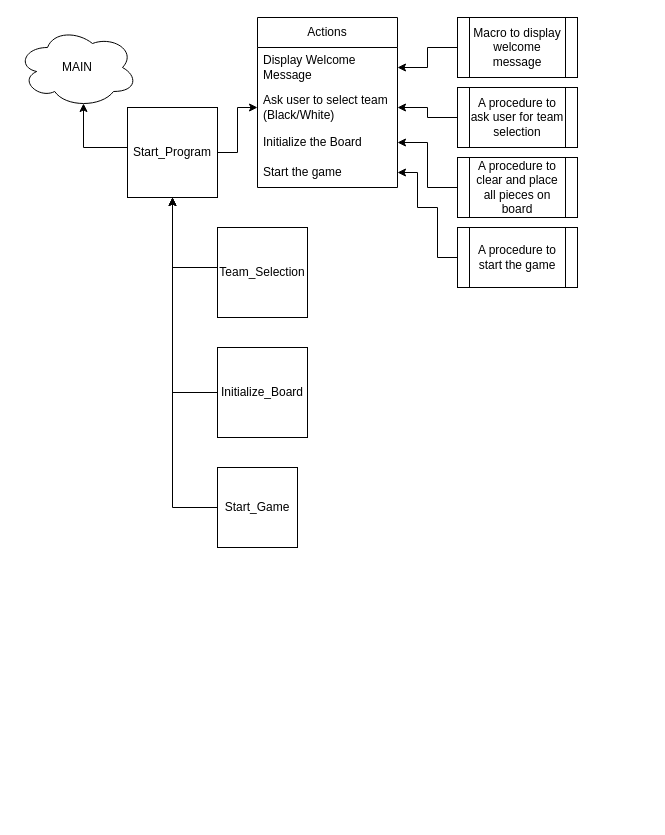
TalhaProgrammer92/Assembly-8086 keeps this draw.io diagram as chess/Flow-Diagram.drawio. Above is the earlier version. Source tidied: cells renumbered, new cells numbered last; positions are measured from the earlier drawing's top-left corner, leaving out a move shared by most shapes. Both pictures are drawn from the tidied source at 100%, with x=0, y=0 at pixel (17, 17).
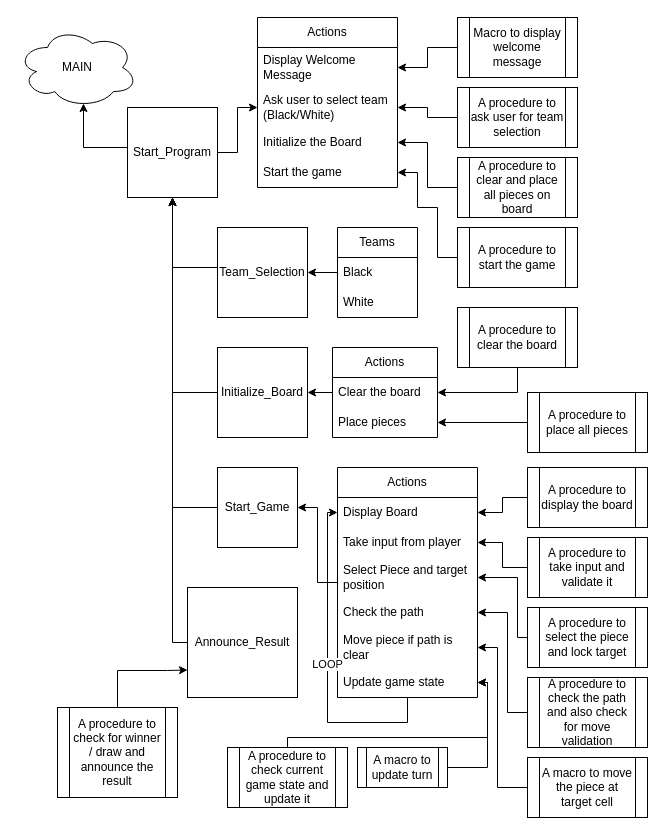
The same page after the edit.

The change refers to these unchanged cells:
```xml
<mxCell id="4" value="Start_Program" style="whiteSpace=wrap;html=1;" parent="1" vertex="1">
  <mxGeometry x="110" y="90" width="90" height="90" as="geometry" />
</mxCell>
<mxCell id="20" value="Team_Selection" style="whiteSpace=wrap;html=1;" parent="1" vertex="1">
  <mxGeometry x="200" y="210" width="90" height="90" as="geometry" />
</mxCell>
<mxCell id="22" value="Initialize_Board" style="whiteSpace=wrap;html=1;" parent="1" vertex="1">
  <mxGeometry x="200" y="330" width="90" height="90" as="geometry" />
</mxCell>
<mxCell id="24" value="Start_Game" style="whiteSpace=wrap;html=1;" parent="1" vertex="1">
  <mxGeometry x="200" y="450" width="80" height="80" as="geometry" />
</mxCell>
```

The edit, as a diff of the source:
```diff
@@
+    <mxCell id="25" style="edgeStyle=orthogonalEdgeStyle;rounded=0;jettySize=auto;html=1;entryX=1;entryY=0.5;entryDx=0;entryDy=0;" parent="1" edge="1" source="26" target="20">
+      <mxGeometry relative="1" as="geometry" />
+    </mxCell>
+    <mxCell id="26" value="Teams" style="swimlane;fontStyle=0;horizontal=1;startSize=30;whiteSpace=wrap;html=1;" parent="1" vertex="1">
+      <mxGeometry x="320" y="210" width="80" height="90" as="geometry" />
+    </mxCell>
+    <mxCell id="27" value="Black" style="text;strokeColor=none;fillColor=none;align=left;verticalAlign=middle;spacingLeft=4;spacingRight=4;overflow=hidden;whiteSpace=wrap;html=1;" parent="26" vertex="1">
+      <mxGeometry y="30" width="80" height="30" as="geometry" />
+    </mxCell>
+    <mxCell id="28" value="White" style="text;strokeColor=none;fillColor=none;align=left;verticalAlign=middle;spacingLeft=4;spacingRight=4;overflow=hidden;whiteSpace=wrap;html=1;" parent="26" vertex="1">
+      <mxGeometry y="60" width="80" height="30" as="geometry" />
+    </mxCell>
+    <mxCell id="29" value="Actions" style="swimlane;fontStyle=0;horizontal=1;startSize=30;whiteSpace=wrap;html=1;" parent="1" vertex="1">
+      <mxGeometry x="315" y="330" width="105" height="90" as="geometry" />
+    </mxCell>
+    <mxCell id="30" value="Clear the board" style="text;strokeColor=none;fillColor=none;align=left;verticalAlign=middle;spacingLeft=4;spacingRight=4;overflow=hidden;points=[[0,0.5],[1,0.5]];portConstraint=eastwest;whiteSpace=wrap;html=1;" parent="29" vertex="1">
+      <mxGeometry y="30" width="105" height="30" as="geometry" />
+    </mxCell>
+    <mxCell id="31" value="Place pieces" style="text;strokeColor=none;fillColor=none;align=left;verticalAlign=middle;spacingLeft=4;spacingRight=4;overflow=hidden;points=[[0,0.5],[1,0.5]];portConstraint=eastwest;whiteSpace=wrap;html=1;" parent="29" vertex="1">
+      <mxGeometry y="60" width="105" height="30" as="geometry" />
+    </mxCell>
+    <mxCell id="32" style="edgeStyle=orthogonalEdgeStyle;rounded=0;jettySize=auto;html=1;entryX=1;entryY=0.5;entryDx=0;entryDy=0;" parent="1" edge="1" source="30" target="22">
+      <mxGeometry relative="1" as="geometry" />
+    </mxCell>
+    <mxCell id="33" style="edgeStyle=orthogonalEdgeStyle;rounded=0;jettySize=auto;html=1;entryX=1;entryY=0.5;entryDx=0;entryDy=0;" parent="1" edge="1" source="34" target="24">
+      <mxGeometry relative="1" as="geometry">
+        <Array as="points">
+          <mxPoint x="300" y="565" />
+          <mxPoint x="300" y="490" />
+        </Array>
+      </mxGeometry>
+    </mxCell>
+    <mxCell id="34" value="Actions" style="swimlane;fontStyle=0;horizontal=1;startSize=30;whiteSpace=wrap;html=1;" parent="1" vertex="1">
+      <mxGeometry x="320" y="450" width="140" height="230" as="geometry" />
+    </mxCell>
+    <mxCell id="35" value="Display Board" style="text;strokeColor=none;fillColor=none;align=left;verticalAlign=middle;spacingLeft=4;spacingRight=4;overflow=hidden;points=[[0,0.5],[1,0.5]];portConstraint=eastwest;whiteSpace=wrap;html=1;" parent="34" vertex="1">
+      <mxGeometry y="30" width="140" height="30" as="geometry" />
+    </mxCell>
+    <mxCell id="36" value="Take input from player" style="text;strokeColor=none;fillColor=none;align=left;verticalAlign=middle;spacingLeft=4;spacingRight=4;overflow=hidden;points=[[0,0.5],[1,0.5]];portConstraint=eastwest;whiteSpace=wrap;html=1;" parent="34" vertex="1">
+      <mxGeometry y="60" width="140" height="30" as="geometry" />
+    </mxCell>
+    <mxCell id="37" value="Select Piece and target position" style="text;strokeColor=none;fillColor=none;align=left;verticalAlign=middle;spacingLeft=4;spacingRight=4;overflow=hidden;points=[[0,0.5],[1,0.5]];portConstraint=eastwest;whiteSpace=wrap;html=1;" parent="34" vertex="1">
+      <mxGeometry y="90" width="140" height="40" as="geometry" />
+    </mxCell>
+    <mxCell id="38" value="Check the path" style="text;strokeColor=none;fillColor=none;align=left;verticalAlign=middle;spacingLeft=4;spacingRight=4;overflow=hidden;points=[[0,0.5],[1,0.5]];portConstraint=eastwest;whiteSpace=wrap;html=1;" parent="34" vertex="1">
+      <mxGeometry y="130" width="140" height="30" as="geometry" />
+    </mxCell>
+    <mxCell id="39" value="Move piece if path is clear" style="text;strokeColor=none;fillColor=none;align=left;verticalAlign=middle;spacingLeft=4;spacingRight=4;overflow=hidden;points=[[0,0.5],[1,0.5]];portConstraint=eastwest;whiteSpace=wrap;html=1;" parent="34" vertex="1">
+      <mxGeometry y="160" width="140" height="40" as="geometry" />
+    </mxCell>
+    <mxCell id="40" value="LOOP" style="edgeStyle=orthogonalEdgeStyle;rounded=0;jettySize=auto;html=1;entryX=0;entryY=0.5;entryDx=0;entryDy=0;" parent="34" edge="1" source="41" target="35">
+      <mxGeometry relative="1" as="geometry">
+        <Array as="points">
+          <mxPoint x="70" y="255" />
+          <mxPoint x="-10" y="255" />
+          <mxPoint x="-10" y="45" />
+        </Array>
+      </mxGeometry>
+    </mxCell>
+    <mxCell id="41" value="Update game state" style="text;strokeColor=none;fillColor=none;align=left;verticalAlign=middle;spacingLeft=4;spacingRight=4;overflow=hidden;points=[[0,0.5],[1,0.5]];portConstraint=eastwest;whiteSpace=wrap;html=1;" parent="34" vertex="1">
+      <mxGeometry y="200" width="140" height="30" as="geometry" />
+    </mxCell>
+    <mxCell id="42" style="edgeStyle=orthogonalEdgeStyle;rounded=0;jettySize=auto;html=1;entryX=1;entryY=0.5;entryDx=0;entryDy=0;" parent="1" edge="1" source="43" target="30">
+      <mxGeometry relative="1" as="geometry" />
+    </mxCell>
+    <mxCell id="43" value="A procedure to clear the board" style="shape=process;whiteSpace=wrap;html=1;backgroundOutline=1;" parent="1" vertex="1">
+      <mxGeometry x="440" y="290" width="120" height="60" as="geometry" />
+    </mxCell>
+    <mxCell id="44" style="edgeStyle=orthogonalEdgeStyle;rounded=0;jettySize=auto;html=1;entryX=1;entryY=0.5;entryDx=0;entryDy=0;" parent="1" edge="1" source="45" target="31">
+      <mxGeometry relative="1" as="geometry" />
+    </mxCell>
+    <mxCell id="45" value="A procedure to place all pieces" style="shape=process;whiteSpace=wrap;html=1;backgroundOutline=1;" parent="1" vertex="1">
+      <mxGeometry x="510" y="375" width="120" height="60" as="geometry" />
+    </mxCell>
+    <mxCell id="46" style="edgeStyle=orthogonalEdgeStyle;rounded=0;jettySize=auto;html=1;entryX=1;entryY=0.5;entryDx=0;entryDy=0;" parent="1" edge="1" source="47" target="35">
+      <mxGeometry relative="1" as="geometry" />
+    </mxCell>
+    <mxCell id="47" value="A procedure to display the board" style="shape=process;whiteSpace=wrap;html=1;backgroundOutline=1;" parent="1" vertex="1">
+      <mxGeometry x="510" y="450" width="120" height="60" as="geometry" />
+    </mxCell>
+    <mxCell id="48" style="edgeStyle=orthogonalEdgeStyle;rounded=0;jettySize=auto;html=1;entryX=1;entryY=0.5;entryDx=0;entryDy=0;" parent="1" edge="1" source="49" target="36">
+      <mxGeometry relative="1" as="geometry" />
+    </mxCell>
+    <mxCell id="49" value="A procedure to take input and validate it" style="shape=process;whiteSpace=wrap;html=1;backgroundOutline=1;" parent="1" vertex="1">
+      <mxGeometry x="510" y="520" width="120" height="60" as="geometry" />
+    </mxCell>
+    <mxCell id="50" style="edgeStyle=orthogonalEdgeStyle;rounded=0;jettySize=auto;html=1;entryX=1;entryY=0.5;entryDx=0;entryDy=0;" parent="1" edge="1" source="51" target="37">
+      <mxGeometry relative="1" as="geometry">
+        <Array as="points">
+          <mxPoint x="500" y="620" />
+          <mxPoint x="500" y="560" />
+        </Array>
+      </mxGeometry>
+    </mxCell>
+    <mxCell id="51" value="A procedure to select the piece and lock target" style="shape=process;whiteSpace=wrap;html=1;backgroundOutline=1;" parent="1" vertex="1">
+      <mxGeometry x="510" y="590" width="120" height="60" as="geometry" />
+    </mxCell>
+    <mxCell id="52" style="edgeStyle=orthogonalEdgeStyle;rounded=0;jettySize=auto;html=1;entryX=1;entryY=0.5;entryDx=0;entryDy=0;" parent="1" edge="1" source="53" target="38">
+      <mxGeometry relative="1" as="geometry">
+        <Array as="points">
+          <mxPoint x="490" y="695" />
+          <mxPoint x="490" y="595" />
+        </Array>
+      </mxGeometry>
+    </mxCell>
+    <mxCell id="53" value="A procedure to check the path and also check for move validation" style="shape=process;whiteSpace=wrap;html=1;backgroundOutline=1;" parent="1" vertex="1">
+      <mxGeometry x="510" y="660" width="120" height="70" as="geometry" />
+    </mxCell>
+    <mxCell id="54" style="edgeStyle=orthogonalEdgeStyle;rounded=0;jettySize=auto;html=1;entryX=1;entryY=0.5;entryDx=0;entryDy=0;" parent="1" edge="1" source="55" target="39">
+      <mxGeometry relative="1" as="geometry">
+        <Array as="points">
+          <mxPoint x="480" y="770" />
+          <mxPoint x="480" y="630" />
+        </Array>
+      </mxGeometry>
+    </mxCell>
+    <mxCell id="55" value="A macro to move the piece at target cell" style="shape=process;whiteSpace=wrap;html=1;backgroundOutline=1;" parent="1" vertex="1">
+      <mxGeometry x="510" y="740" width="120" height="60" as="geometry" />
+    </mxCell>
+    <mxCell id="56" style="edgeStyle=orthogonalEdgeStyle;rounded=0;jettySize=auto;html=1;entryX=1;entryY=0.5;entryDx=0;entryDy=0;exitX=1;exitY=0.5;exitDx=0;exitDy=0;" parent="1" edge="1" source="57" target="41">
+      <mxGeometry relative="1" as="geometry">
+        <Array as="points">
+          <mxPoint x="470" y="750" />
+          <mxPoint x="470" y="665" />
+        </Array>
+      </mxGeometry>
+    </mxCell>
+    <mxCell id="57" value="A macro to update turn" style="shape=process;whiteSpace=wrap;html=1;backgroundOutline=1;" parent="1" vertex="1">
+      <mxGeometry x="340" y="730" width="90" height="40" as="geometry" />
+    </mxCell>
+    <mxCell id="58" style="edgeStyle=orthogonalEdgeStyle;rounded=0;jettySize=auto;html=1;entryX=1;entryY=0.5;entryDx=0;entryDy=0;" parent="1" edge="1" source="59" target="41">
+      <mxGeometry relative="1" as="geometry">
+        <Array as="points">
+          <mxPoint x="270" y="720" />
+          <mxPoint x="470" y="720" />
+          <mxPoint x="470" y="665" />
+        </Array>
+      </mxGeometry>
+    </mxCell>
+    <mxCell id="59" value="A procedure to check current game state and update it" style="shape=process;whiteSpace=wrap;html=1;backgroundOutline=1;" parent="1" vertex="1">
+      <mxGeometry x="210" y="730" width="120" height="60" as="geometry" />
+    </mxCell>
+    <mxCell id="60" style="edgeStyle=orthogonalEdgeStyle;rounded=0;jettySize=auto;html=1;entryX=0.5;entryY=1;entryDx=0;entryDy=0;" parent="1" edge="1" source="61" target="4">
+      <mxGeometry relative="1" as="geometry">
+        <Array as="points">
+          <mxPoint x="155" y="625" />
+        </Array>
+      </mxGeometry>
+    </mxCell>
+    <mxCell id="61" value="Announce_Result" style="whiteSpace=wrap;html=1;" parent="1" vertex="1">
+      <mxGeometry x="170" y="570" width="110" height="110" as="geometry" />
+    </mxCell>
+    <mxCell id="62" style="edgeStyle=orthogonalEdgeStyle;rounded=0;jettySize=auto;html=1;entryX=0;entryY=0.75;entryDx=0;entryDy=0;exitX=0.5;exitY=0;exitDx=0;exitDy=0;" parent="1" edge="1" source="63" target="61">
+      <mxGeometry relative="1" as="geometry">
+        <Array as="points">
+          <mxPoint x="100" y="653" />
+          <mxPoint x="150" y="653" />
+        </Array>
+      </mxGeometry>
+    </mxCell>
+    <mxCell id="63" value="A procedure to check for winner / draw and announce the result" style="shape=process;whiteSpace=wrap;html=1;backgroundOutline=1;" parent="1" vertex="1">
+      <mxGeometry x="40" y="690" width="120" height="90" as="geometry" />
+    </mxCell>
```
